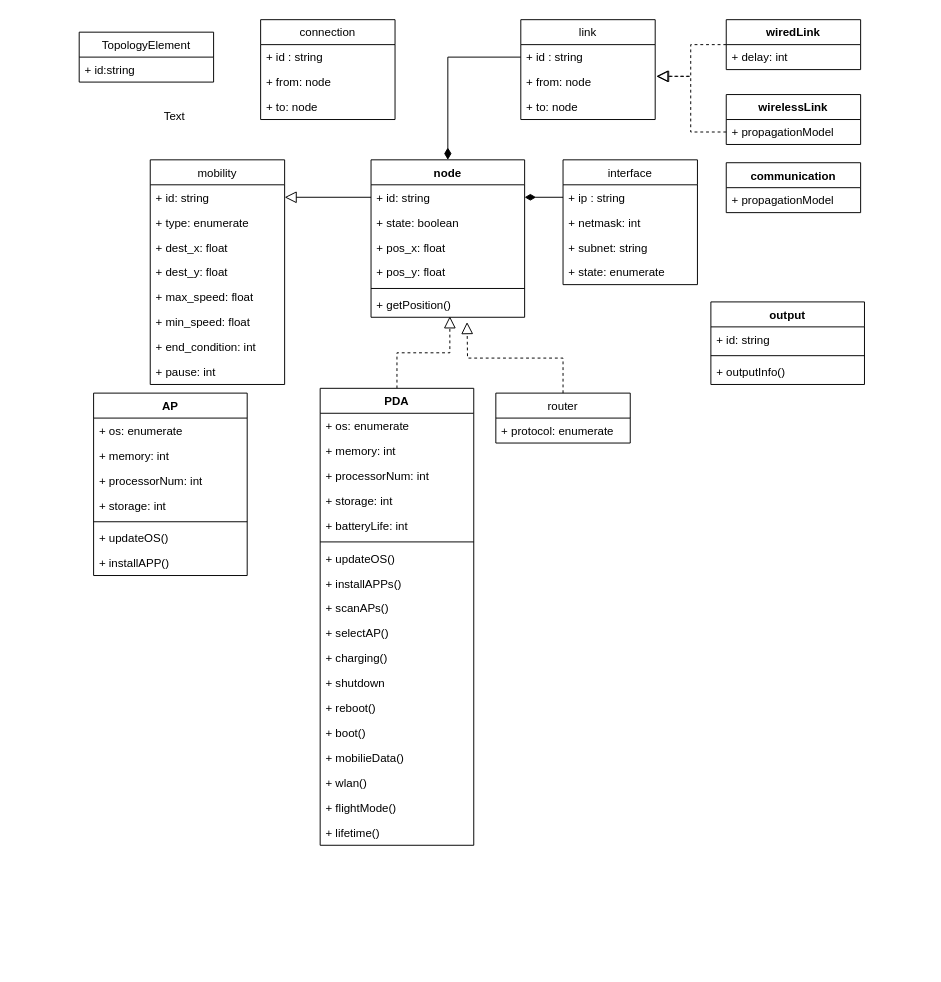
The draw.io diagram page "描述语言类图" (1 of 2) of 描述语言UML类图.drawio in Icarus1994/neutron_conf, before the edit. Source tidied: cells renumbered, new cells numbered last; positions are measured from the earlier drawing's top-left corner, leaving out a move shared by most shapes. Both pictures are drawn from the tidied source at 96%, with x=0, y=0 at pixel (79, 19).
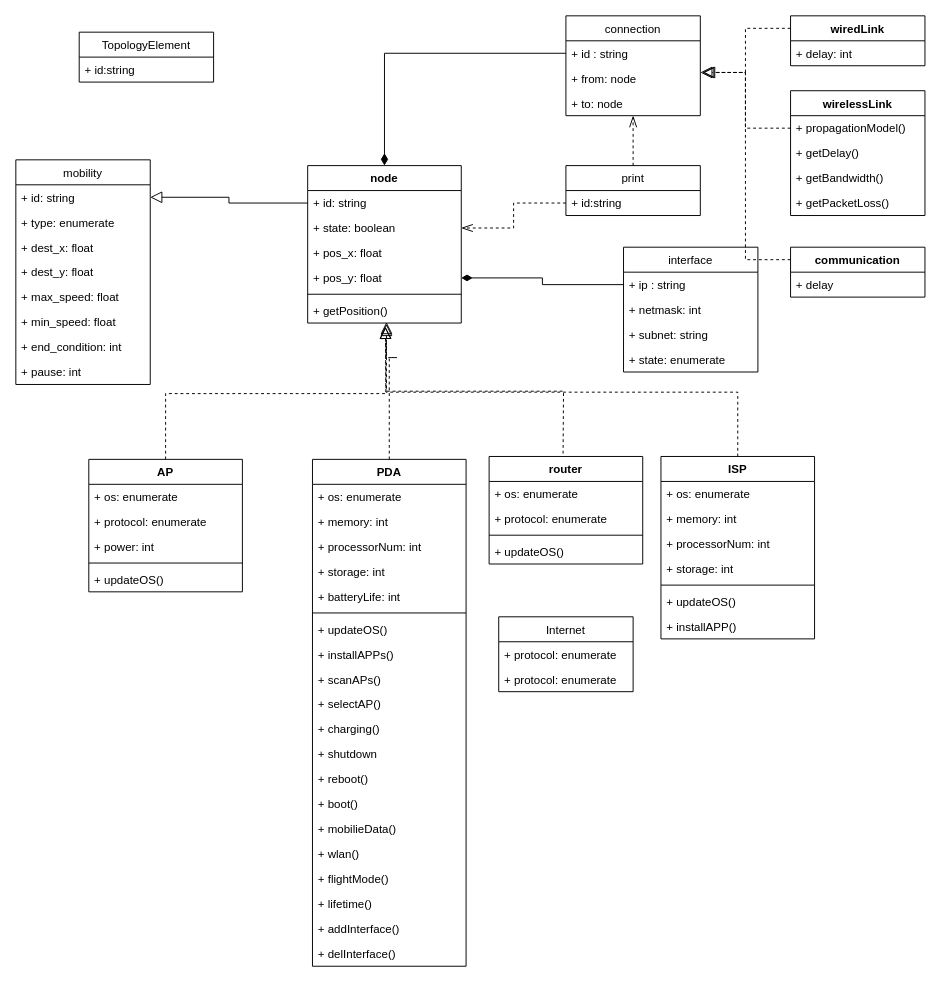
After the change.

Commit message:
Update 描述语言UML类图.drawio

The change refers to these unchanged cells:
```xml
<mxCell id="12" value="+ id: string" style="text;strokeColor=none;fillColor=none;align=left;verticalAlign=top;spacingLeft=4;spacingRight=4;overflow=hidden;points=[[0,0.5],[1,0.5]];portConstraint=eastwest;" parent="11" vertex="1">
  <mxGeometry y="26" width="160" height="26" as="geometry" />
</mxCell>
<mxCell id="13" value="+ state: boolean" style="text;strokeColor=none;fillColor=none;align=left;verticalAlign=top;spacingLeft=4;spacingRight=4;overflow=hidden;points=[[0,0.5],[1,0.5]];portConstraint=eastwest;" parent="11" vertex="1">
  <mxGeometry y="52" width="160" height="26" as="geometry" />
</mxCell>
<mxCell id="15" value="+ pos_y: float" style="text;strokeColor=none;fillColor=none;align=left;verticalAlign=top;spacingLeft=4;spacingRight=4;overflow=hidden;points=[[0,0.5],[1,0.5]];portConstraint=eastwest;" parent="11" vertex="1">
  <mxGeometry y="104" width="160" height="26" as="geometry" />
</mxCell>
<mxCell id="17" value="+ getPosition()" style="text;strokeColor=none;fillColor=none;align=left;verticalAlign=top;spacingLeft=4;spacingRight=4;overflow=hidden;points=[[0,0.5],[1,0.5]];portConstraint=eastwest;" parent="11" vertex="1">
  <mxGeometry y="138" width="160" height="26" as="geometry" />
</mxCell>
<mxCell id="19" value="+ ip : string" style="text;strokeColor=none;fillColor=none;align=left;verticalAlign=top;spacingLeft=4;spacingRight=4;overflow=hidden;points=[[0,0.5],[1,0.5]];portConstraint=eastwest;" parent="18" vertex="1">
  <mxGeometry y="26" width="140" height="26" as="geometry" />
</mxCell>
<mxCell id="64" value="+ from: node" style="text;strokeColor=none;fillColor=none;align=left;verticalAlign=top;spacingLeft=4;spacingRight=4;overflow=hidden;points=[[0,0.5],[1,0.5]];portConstraint=eastwest;" parent="62" vertex="1">
  <mxGeometry y="52" width="140" height="26" as="geometry" />
</mxCell>
```

The edit, as a diff of the source:
```diff
@@
     <mxCell id="2" value="mobility" style="swimlane;fontStyle=0;horizontal=1;startSize=26;fillColor=none;" parent="1" vertex="1">
-      <mxGeometry x="74" y="146" width="140" height="234" as="geometry" />
+      <mxGeometry x="-66" y="146" width="140" height="234" as="geometry" />
     </mxCell>
@@
     <mxCell id="11" value="node" style="swimlane;fontStyle=1;align=center;verticalAlign=top;horizontal=1;startSize=26;" parent="1" vertex="1">
-      <mxGeometry x="304" y="146" width="160" height="164" as="geometry" />
+      <mxGeometry x="238" y="152" width="160" height="164" as="geometry" />
     </mxCell>
@@
     <mxCell id="18" value="interface" style="swimlane;fontStyle=0;horizontal=1;startSize=26;fillColor=none;" parent="1" vertex="1">
-      <mxGeometry x="504" y="146" width="140" height="130" as="geometry" />
+      <mxGeometry x="567" y="237" width="140" height="130" as="geometry" />
     </mxCell>
@@
-    <mxCell id="23" style="edgeStyle=orthogonalEdgeStyle;rounded=0;jettySize=auto;html=1;exitX=0;exitY=0.5;exitDx=0;exitDy=0;entryX=1;entryY=0.5;entryDx=0;entryDy=0;endArrow=diamondThin;endFill=1;strokeWidth=1;endSize=9;" parent="1" edge="1" source="19" target="12">
+    <mxCell id="23" style="edgeStyle=orthogonalEdgeStyle;rounded=0;jettySize=auto;html=1;exitX=0;exitY=0.5;exitDx=0;exitDy=0;entryX=1;entryY=0.5;entryDx=0;entryDy=0;endArrow=diamondThin;endFill=1;strokeWidth=1;endSize=9;" parent="1" edge="1" source="19" target="15">
       <mxGeometry relative="1" as="geometry" />
     </mxCell>
-    <mxCell id="24" style="edgeStyle=orthogonalEdgeStyle;rounded=0;jettySize=auto;html=1;exitX=0.5;exitY=0;exitDx=0;exitDy=0;endArrow=block;endFill=0;endSize=10;strokeWidth=1;dashed=1;" parent="1" edge="1" source="25">
+    <mxCell id="24" style="edgeStyle=orthogonalEdgeStyle;rounded=0;jettySize=auto;html=1;exitX=0.5;exitY=0;exitDx=0;exitDy=0;endArrow=block;endFill=0;endSize=10;strokeWidth=1;dashed=1;entryX=0.513;entryY=1.038;entryDx=0;entryDy=0;entryPerimeter=0;" parent="1" edge="1" target="17">
       <mxGeometry relative="1" as="geometry">
-        <mxPoint x="404" y="315" as="targetPoint" />
+        <mxPoint x="504" y="458" as="sourcePoint" />
       </mxGeometry>
     </mxCell>
-    <mxCell id="25" value="router" style="swimlane;fontStyle=0;horizontal=1;startSize=26;fillColor=none;" parent="1" vertex="1">
-      <mxGeometry x="434" y="389" width="140" height="52" as="geometry" />
-    </mxCell>
-    <mxCell id="26" value="+ protocol: enumerate" style="text;strokeColor=none;fillColor=none;align=left;verticalAlign=top;spacingLeft=4;spacingRight=4;overflow=hidden;" parent="25" vertex="1">
-      <mxGeometry y="26" width="140" height="26" as="geometry" />
-    </mxCell>
@@
     <mxCell id="29" style="edgeStyle=orthogonalEdgeStyle;rounded=0;jettySize=auto;html=1;exitX=0.5;exitY=0;exitDx=0;exitDy=0;entryX=0.513;entryY=0.962;entryDx=0;entryDy=0;entryPerimeter=0;endArrow=block;endFill=0;dashed=1;endSize=10;" parent="1" edge="1" source="30" target="17">
-      <mxGeometry relative="1" as="geometry" />
+      <mxGeometry relative="1" as="geometry">
+        <Array as="points">
+          <mxPoint x="331" y="352" />
+          <mxPoint x="386" y="352" />
+        </Array>
+      </mxGeometry>
     </mxCell>
     <mxCell id="30" value="PDA" style="swimlane;fontStyle=1;align=center;verticalAlign=top;horizontal=1;startSize=26;" parent="1" vertex="1">
-      <mxGeometry x="251" y="384" width="160" height="476" as="geometry" />
+      <mxGeometry x="243" y="458" width="160" height="528" as="geometry" />
     </mxCell>
@@
+    <mxCell id="80" value="+ addInterface()" style="text;strokeColor=none;fillColor=none;align=left;verticalAlign=top;spacingLeft=4;spacingRight=4;overflow=hidden;" parent="30" vertex="1">
+      <mxGeometry y="476" width="160" height="26" as="geometry" />
+    </mxCell>
+    <mxCell id="81" value="+ delInterface()" style="text;strokeColor=none;fillColor=none;align=left;verticalAlign=top;spacingLeft=4;spacingRight=4;overflow=hidden;" parent="30" vertex="1">
+      <mxGeometry y="502" width="160" height="26" as="geometry" />
+    </mxCell>
+    <mxCell id="82" style="edgeStyle=orthogonalEdgeStyle;rounded=0;jettySize=auto;html=1;exitX=0.5;exitY=0;exitDx=0;exitDy=0;endArrow=block;endFill=0;endSize=10;dashed=1;" parent="1" edge="1" source="49">
+      <mxGeometry relative="1" as="geometry">
+        <mxPoint x="319" y="320" as="targetPoint" />
+      </mxGeometry>
+    </mxCell>
     <mxCell id="49" value="AP" style="swimlane;fontStyle=1;align=center;verticalAlign=top;horizontal=1;startSize=26;" parent="1" vertex="1">
-      <mxGeometry x="15" y="389" width="160" height="190" as="geometry" />
+      <mxGeometry x="10" y="458" width="160" height="138" as="geometry" />
     </mxCell>
@@
-    <mxCell id="51" value="+ memory: int" style="text;strokeColor=none;fillColor=none;align=left;verticalAlign=top;spacingLeft=4;spacingRight=4;overflow=hidden;" parent="49" vertex="1">
-      <mxGeometry y="52" width="160" height="26" as="geometry" />
-    </mxCell>
-    <mxCell id="52" value="+ processorNum: int" style="text;strokeColor=none;fillColor=none;align=left;verticalAlign=top;spacingLeft=4;spacingRight=4;overflow=hidden;" parent="49" vertex="1">
-      <mxGeometry y="78" width="160" height="26" as="geometry" />
-    </mxCell>
-    <mxCell id="53" value="+ storage: int" style="text;strokeColor=none;fillColor=none;align=left;verticalAlign=top;spacingLeft=4;spacingRight=4;overflow=hidden;" parent="49" vertex="1">
-      <mxGeometry y="104" width="160" height="26" as="geometry" />
-    </mxCell>
+    <mxCell id="83" value="+ protocol: enumerate" style="text;strokeColor=none;fillColor=none;align=left;verticalAlign=top;spacingLeft=4;spacingRight=4;overflow=hidden;" parent="49" vertex="1">
+      <mxGeometry y="52" width="160" height="26" as="geometry" />
+    </mxCell>
+    <mxCell id="84" value="+ power: int" style="text;strokeColor=none;fillColor=none;align=left;verticalAlign=top;spacingLeft=4;spacingRight=4;overflow=hidden;" parent="49" vertex="1">
+      <mxGeometry y="78" width="160" height="26" as="geometry" />
+    </mxCell>
     <mxCell id="54" style="line;strokeWidth=1;fillColor=none;align=left;verticalAlign=middle;spacingTop=-1;spacingLeft=3;spacingRight=3;labelPosition=right;" parent="49" vertex="1">
-      <mxGeometry y="130" width="160" height="8" as="geometry" />
+      <mxGeometry y="104" width="160" height="8" as="geometry" />
     </mxCell>
     <mxCell id="55" value="+ updateOS()" style="text;strokeColor=none;fillColor=none;align=left;verticalAlign=top;spacingLeft=4;spacingRight=4;overflow=hidden;" parent="49" vertex="1">
-      <mxGeometry y="138" width="160" height="26" as="geometry" />
+      <mxGeometry y="112" width="160" height="26" as="geometry" />
     </mxCell>
-    <mxCell id="56" value="+ installAPP()" style="text;strokeColor=none;fillColor=none;align=left;verticalAlign=top;spacingLeft=4;spacingRight=4;overflow=hidden;" parent="49" vertex="1">
-      <mxGeometry y="164" width="160" height="26" as="geometry" />
-    </mxCell>
-    <mxCell id="57" value="output" style="swimlane;fontStyle=1;align=center;verticalAlign=top;horizontal=1;startSize=26;" parent="1" vertex="1">
-      <mxGeometry x="658" y="294" width="160" height="86" as="geometry" />
-    </mxCell>
-    <mxCell id="58" value="+ id: string" style="text;strokeColor=none;fillColor=none;align=left;verticalAlign=top;spacingLeft=4;spacingRight=4;overflow=hidden;" parent="57" vertex="1">
-      <mxGeometry y="26" width="160" height="26" as="geometry" />
-    </mxCell>
-    <mxCell id="59" style="line;strokeWidth=1;fillColor=none;align=left;verticalAlign=middle;spacingTop=-1;spacingLeft=3;spacingRight=3;labelPosition=right;" parent="57" vertex="1">
-      <mxGeometry y="52" width="160" height="8" as="geometry" />
-    </mxCell>
-    <mxCell id="60" value="+ outputInfo()" style="text;strokeColor=none;fillColor=none;align=left;verticalAlign=top;spacingLeft=4;spacingRight=4;overflow=hidden;" parent="57" vertex="1">
-      <mxGeometry y="60" width="160" height="26" as="geometry" />
-    </mxCell>
-    <mxCell id="61" value="Text" style="text;html=1;align=center;verticalAlign=middle;" parent="1" vertex="1">
-      <mxGeometry x="83" y="92" width="32" height="18" as="geometry" />
-    </mxCell>
-    <mxCell id="62" value="link" style="swimlane;fontStyle=0;horizontal=1;startSize=26;fillColor=none;" parent="1" vertex="1">
-      <mxGeometry x="460" width="140" height="104" as="geometry" />
+    <mxCell id="62" value="connection" style="swimlane;fontStyle=0;horizontal=1;startSize=26;fillColor=none;" parent="1" vertex="1">
+      <mxGeometry x="507" y="-4" width="140" height="104" as="geometry" />
     </mxCell>
@@
-    <mxCell id="66" style="edgeStyle=orthogonalEdgeStyle;rounded=0;jettySize=auto;html=1;entryX=1.007;entryY=0.269;entryDx=0;entryDy=0;dashed=1;endArrow=block;endFill=0;endSize=10;entryPerimeter=0;" parent="1" edge="1" source="67" target="64">
+    <mxCell id="66" style="edgeStyle=orthogonalEdgeStyle;rounded=0;jettySize=auto;html=1;exitX=0;exitY=0.25;exitDx=0;exitDy=0;entryX=1.021;entryY=0.269;entryDx=0;entryDy=0;entryPerimeter=0;dashed=1;endArrow=block;endFill=0;endSize=10;" parent="1" edge="1" source="67" target="64">
       <mxGeometry relative="1" as="geometry" />
     </mxCell>
     <mxCell id="67" value="wiredLink" style="swimlane;fontStyle=1;horizontal=1;startSize=26;fillColor=none;" parent="1" vertex="1">
-      <mxGeometry x="674" width="140" height="52" as="geometry" />
+      <mxGeometry x="741" y="-4" width="140" height="52" as="geometry" />
     </mxCell>
@@
     <mxCell id="69" value="wirelessLink" style="swimlane;fontStyle=1;horizontal=1;startSize=26;fillColor=none;" parent="1" vertex="1">
-      <mxGeometry x="674" y="78" width="140" height="52" as="geometry" />
+      <mxGeometry x="741" y="74" width="140" height="130" as="geometry" />
     </mxCell>
-    <mxCell id="70" value="+ propagationModel" style="text;strokeColor=none;fillColor=none;align=left;verticalAlign=top;spacingLeft=4;spacingRight=4;overflow=hidden;points=[[0,0.5],[1,0.5]];portConstraint=eastwest;" parent="69" vertex="1">
+    <mxCell id="70" value="+ propagationModel()" style="text;strokeColor=none;fillColor=none;align=left;verticalAlign=top;spacingLeft=4;spacingRight=4;overflow=hidden;points=[[0,0.5],[1,0.5]];portConstraint=eastwest;" parent="69" vertex="1">
       <mxGeometry y="26" width="140" height="26" as="geometry" />
     </mxCell>
+    <mxCell id="85" value="+ getDelay()" style="text;strokeColor=none;fillColor=none;align=left;verticalAlign=top;spacingLeft=4;spacingRight=4;overflow=hidden;" parent="69" vertex="1">
+      <mxGeometry y="52" width="140" height="26" as="geometry" />
+    </mxCell>
+    <mxCell id="86" value="+ getBandwidth()" style="text;strokeColor=none;fillColor=none;align=left;verticalAlign=top;spacingLeft=4;spacingRight=4;overflow=hidden;" parent="69" vertex="1">
+      <mxGeometry y="78" width="140" height="26" as="geometry" />
+    </mxCell>
+    <mxCell id="87" value="+ getPacketLoss()" style="text;strokeColor=none;fillColor=none;align=left;verticalAlign=top;spacingLeft=4;spacingRight=4;overflow=hidden;" parent="69" vertex="1">
+      <mxGeometry y="104" width="140" height="26" as="geometry" />
+    </mxCell>
@@
-    <mxCell id="74" value="connection" style="swimlane;fontStyle=0;horizontal=1;startSize=26;fillColor=none;" parent="1" vertex="1">
-      <mxGeometry x="189" width="140" height="104" as="geometry" />
-    </mxCell>
-    <mxCell id="75" value="+ id : string" style="text;strokeColor=none;fillColor=none;align=left;verticalAlign=top;spacingLeft=4;spacingRight=4;overflow=hidden;" parent="74" vertex="1">
-      <mxGeometry y="26" width="140" height="26" as="geometry" />
-    </mxCell>
-    <mxCell id="76" value="+ from: node" style="text;strokeColor=none;fillColor=none;align=left;verticalAlign=top;spacingLeft=4;spacingRight=4;overflow=hidden;" parent="74" vertex="1">
-      <mxGeometry y="52" width="140" height="26" as="geometry" />
-    </mxCell>
-    <mxCell id="77" value="+ to: node" style="text;strokeColor=none;fillColor=none;align=left;verticalAlign=top;spacingLeft=4;spacingRight=4;overflow=hidden;" parent="74" vertex="1">
-      <mxGeometry y="78" width="140" height="26" as="geometry" />
-    </mxCell>
+    <mxCell id="88" style="edgeStyle=orthogonalEdgeStyle;rounded=0;jettySize=auto;html=1;exitX=0;exitY=0.25;exitDx=0;exitDy=0;entryX=1;entryY=0.269;entryDx=0;entryDy=0;entryPerimeter=0;dashed=1;endArrow=block;endFill=0;endSize=10;" parent="1" edge="1" source="78" target="64">
+      <mxGeometry relative="1" as="geometry" />
+    </mxCell>
     <mxCell id="78" value="communication" style="swimlane;fontStyle=1;horizontal=1;startSize=26;fillColor=none;" parent="1" vertex="1">
-      <mxGeometry x="674" y="149" width="140" height="52" as="geometry" />
+      <mxGeometry x="741" y="237" width="140" height="52" as="geometry" />
     </mxCell>
-    <mxCell id="79" value="+ propagationModel" style="text;strokeColor=none;fillColor=none;align=left;verticalAlign=top;spacingLeft=4;spacingRight=4;overflow=hidden;" parent="78" vertex="1">
+    <mxCell id="79" value="+ delay" style="text;strokeColor=none;fillColor=none;align=left;verticalAlign=top;spacingLeft=4;spacingRight=4;overflow=hidden;" parent="78" vertex="1">
       <mxGeometry y="26" width="140" height="26" as="geometry" />
     </mxCell>
+    <mxCell id="89" style="edgeStyle=orthogonalEdgeStyle;rounded=0;jettySize=auto;html=1;exitX=0.5;exitY=0;exitDx=0;exitDy=0;dashed=1;endArrow=block;endFill=0;endSize=10;" parent="1" edge="1" source="90">
+      <mxGeometry relative="1" as="geometry">
+        <mxPoint x="319" y="320" as="targetPoint" />
+      </mxGeometry>
+    </mxCell>
+    <mxCell id="90" value="ISP" style="swimlane;fontStyle=1;align=center;verticalAlign=top;horizontal=1;startSize=26;" parent="1" vertex="1">
+      <mxGeometry x="606" y="455" width="160" height="190" as="geometry" />
+    </mxCell>
+    <mxCell id="91" value="+ os: enumerate" style="text;strokeColor=none;fillColor=none;align=left;verticalAlign=top;spacingLeft=4;spacingRight=4;overflow=hidden;" parent="90" vertex="1">
+      <mxGeometry y="26" width="160" height="26" as="geometry" />
+    </mxCell>
+    <mxCell id="51" value="+ memory: int" style="text;strokeColor=none;fillColor=none;align=left;verticalAlign=top;spacingLeft=4;spacingRight=4;overflow=hidden;" parent="90" vertex="1">
+      <mxGeometry y="52" width="160" height="26" as="geometry" />
+    </mxCell>
+    <mxCell id="52" value="+ processorNum: int" style="text;strokeColor=none;fillColor=none;align=left;verticalAlign=top;spacingLeft=4;spacingRight=4;overflow=hidden;" parent="90" vertex="1">
+      <mxGeometry y="78" width="160" height="26" as="geometry" />
+    </mxCell>
+    <mxCell id="53" value="+ storage: int" style="text;strokeColor=none;fillColor=none;align=left;verticalAlign=top;spacingLeft=4;spacingRight=4;overflow=hidden;" parent="90" vertex="1">
+      <mxGeometry y="104" width="160" height="26" as="geometry" />
+    </mxCell>
+    <mxCell id="92" style="line;strokeWidth=1;fillColor=none;align=left;verticalAlign=middle;spacingTop=-1;spacingLeft=3;spacingRight=3;labelPosition=right;" parent="90" vertex="1">
+      <mxGeometry y="130" width="160" height="8" as="geometry" />
+    </mxCell>
+    <mxCell id="93" value="+ updateOS()" style="text;strokeColor=none;fillColor=none;align=left;verticalAlign=top;spacingLeft=4;spacingRight=4;overflow=hidden;" parent="90" vertex="1">
+      <mxGeometry y="138" width="160" height="26" as="geometry" />
+    </mxCell>
+    <mxCell id="56" value="+ installAPP()" style="text;strokeColor=none;fillColor=none;align=left;verticalAlign=top;spacingLeft=4;spacingRight=4;overflow=hidden;" parent="90" vertex="1">
+      <mxGeometry y="164" width="160" height="26" as="geometry" />
+    </mxCell>
+    <mxCell id="94" style="edgeStyle=orthogonalEdgeStyle;rounded=0;jettySize=auto;html=1;exitX=0.5;exitY=0;exitDx=0;exitDy=0;entryX=0.5;entryY=1;entryDx=0;entryDy=0;dashed=1;endArrow=openThin;endFill=0;endSize=10;" parent="1" edge="1" source="95" target="62">
+      <mxGeometry relative="1" as="geometry" />
+    </mxCell>
+    <mxCell id="95" value="print" style="swimlane;fontStyle=0;horizontal=1;startSize=26;fillColor=none;" parent="1" vertex="1">
+      <mxGeometry x="507" y="152" width="140" height="52" as="geometry" />
+    </mxCell>
+    <mxCell id="96" value="+ id:string" style="text;strokeColor=none;fillColor=none;align=left;verticalAlign=top;spacingLeft=4;spacingRight=4;overflow=hidden;points=[[0,0.5],[1,0.5]];portConstraint=eastwest;" parent="95" vertex="1">
+      <mxGeometry y="26" width="140" height="26" as="geometry" />
+    </mxCell>
+    <mxCell id="97" style="edgeStyle=orthogonalEdgeStyle;rounded=0;jettySize=auto;html=1;exitX=0;exitY=0.5;exitDx=0;exitDy=0;entryX=1;entryY=0.5;entryDx=0;entryDy=0;dashed=1;endArrow=openThin;endFill=0;endSize=10;" parent="1" edge="1" source="96" target="13">
+      <mxGeometry relative="1" as="geometry" />
+    </mxCell>
+    <mxCell id="98" value="Internet" style="swimlane;fontStyle=0;horizontal=1;startSize=26;fillColor=none;" parent="1" vertex="1">
+      <mxGeometry x="437" y="622" width="140" height="78" as="geometry" />
+    </mxCell>
+    <mxCell id="26" value="+ protocol: enumerate" style="text;strokeColor=none;fillColor=none;align=left;verticalAlign=top;spacingLeft=4;spacingRight=4;overflow=hidden;" parent="98" vertex="1">
+      <mxGeometry y="26" width="140" height="26" as="geometry" />
+    </mxCell>
+    <mxCell id="99" value="+ protocol: enumerate" style="text;strokeColor=none;fillColor=none;align=left;verticalAlign=top;spacingLeft=4;spacingRight=4;overflow=hidden;" parent="98" vertex="1">
+      <mxGeometry y="52" width="140" height="26" as="geometry" />
+    </mxCell>
+    <mxCell id="25" value="router" style="swimlane;fontStyle=1;align=center;verticalAlign=top;horizontal=1;startSize=26;" parent="1" vertex="1">
+      <mxGeometry x="427" y="455" width="160" height="112" as="geometry" />
+    </mxCell>
+    <mxCell id="100" value="+ os: enumerate" style="text;strokeColor=none;fillColor=none;align=left;verticalAlign=top;spacingLeft=4;spacingRight=4;overflow=hidden;" parent="25" vertex="1">
+      <mxGeometry y="26" width="160" height="26" as="geometry" />
+    </mxCell>
+    <mxCell id="101" value="+ protocol: enumerate" style="text;strokeColor=none;fillColor=none;align=left;verticalAlign=top;spacingLeft=4;spacingRight=4;overflow=hidden;" parent="25" vertex="1">
+      <mxGeometry y="52" width="160" height="26" as="geometry" />
+    </mxCell>
+    <mxCell id="102" style="line;strokeWidth=1;fillColor=none;align=left;verticalAlign=middle;spacingTop=-1;spacingLeft=3;spacingRight=3;labelPosition=right;" parent="25" vertex="1">
+      <mxGeometry y="78" width="160" height="8" as="geometry" />
+    </mxCell>
+    <mxCell id="103" value="+ updateOS()" style="text;strokeColor=none;fillColor=none;align=left;verticalAlign=top;spacingLeft=4;spacingRight=4;overflow=hidden;" parent="25" vertex="1">
+      <mxGeometry y="86" width="160" height="26" as="geometry" />
+    </mxCell>
```
